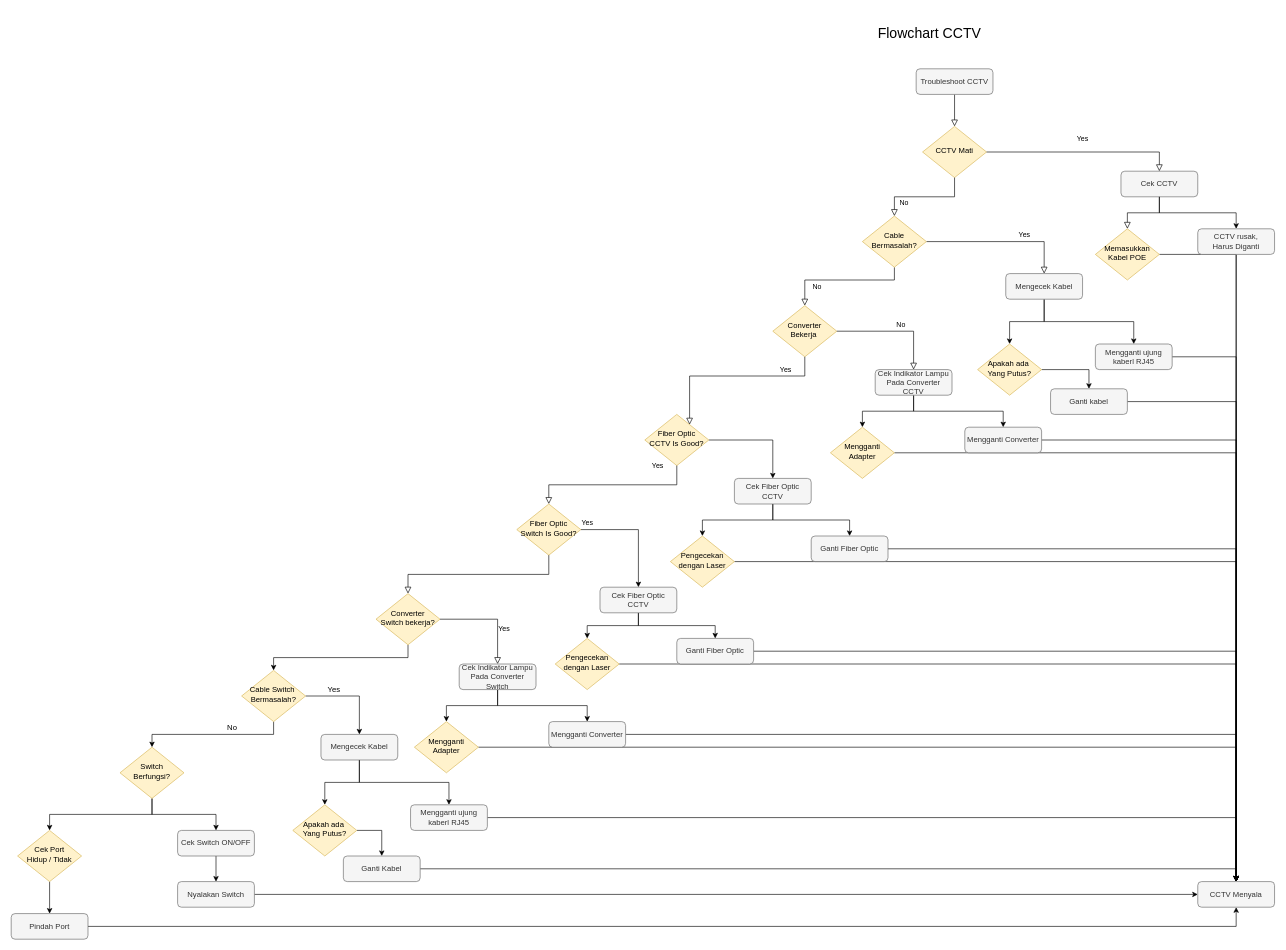
The draw.io diagram Untitled Diagram.drawio in ivietwill/ujian, before the edit. Source tidied: cells renumbered, new cells numbered last; positions are measured from the earlier drawing's top-left corner, leaving out a move shared by most shapes. Both pictures are drawn from the tidied source at 64%, with x=0, y=0 at pixel (11, 11).
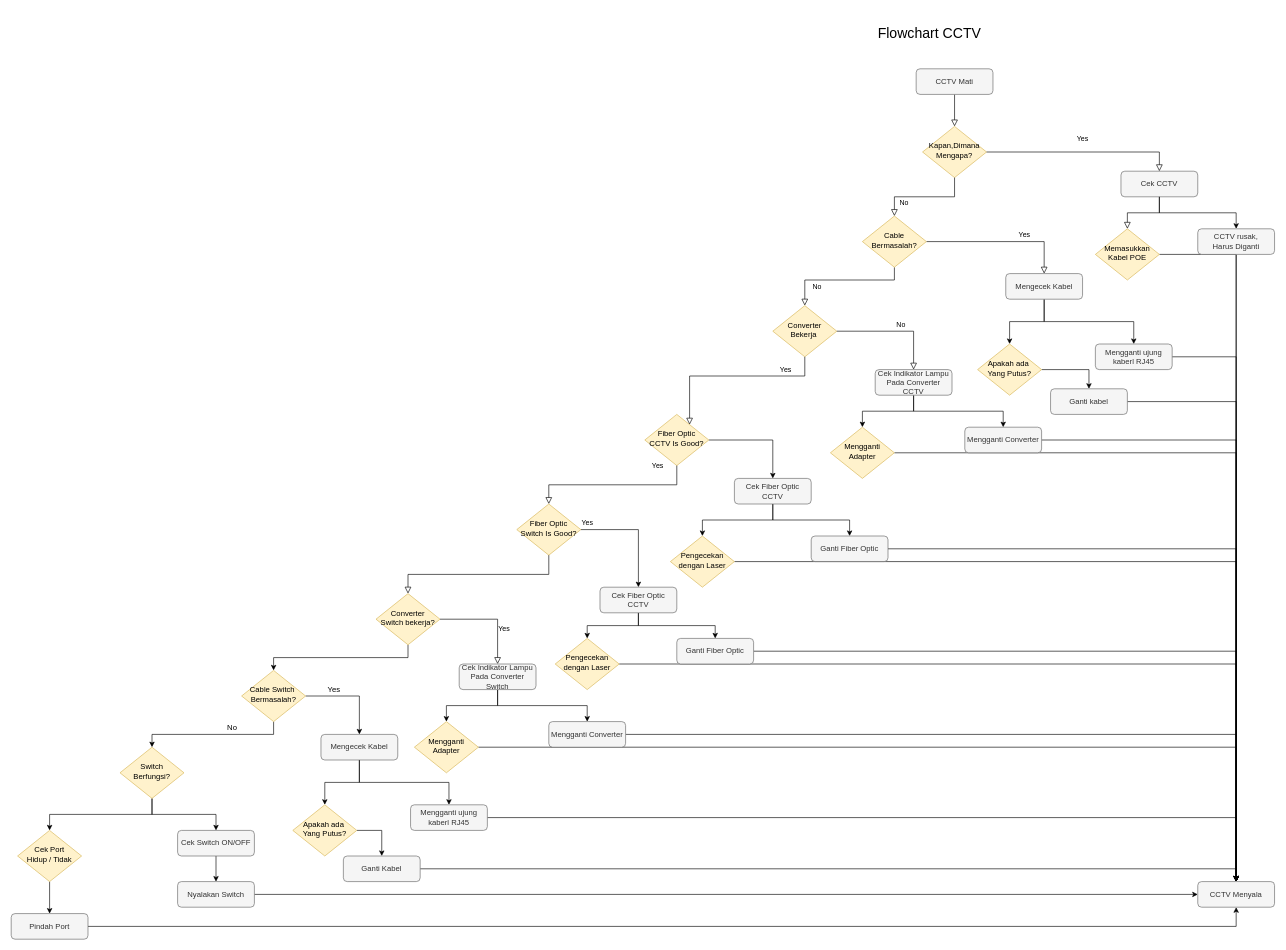
Above is the later version.

Diff of the diagram source:
```diff
@@
-    <mxCell id="3" value="Troubleshoot CCTV" style="rounded=1;whiteSpace=wrap;html=1;fontSize=12;glass=0;strokeWidth=1;shadow=0;fillColor=#f5f5f5;strokeColor=#666666;fontColor=#333333;" parent="1" vertex="1">
+    <mxCell id="3" value="CCTV Mati" style="rounded=1;whiteSpace=wrap;html=1;fontSize=12;glass=0;strokeWidth=1;shadow=0;fillColor=#f5f5f5;strokeColor=#666666;fontColor=#333333;" parent="1" vertex="1">
       <mxGeometry x="1414" y="90" width="120" height="40" as="geometry" />
     </mxCell>
-    <mxCell id="4" value="CCTV Mati" style="rhombus;whiteSpace=wrap;html=1;shadow=0;fontFamily=Helvetica;fontSize=12;align=center;strokeWidth=1;spacing=6;spacingTop=-4;fillColor=#fff2cc;strokeColor=#d6b656;" parent="1" vertex="1">
+    <mxCell id="4" value="Kapan,Dimana&lt;br&gt;Mengapa?" style="rhombus;whiteSpace=wrap;html=1;shadow=0;fontFamily=Helvetica;fontSize=12;align=center;strokeWidth=1;spacing=6;spacingTop=-4;fillColor=#fff2cc;strokeColor=#d6b656;" parent="1" vertex="1">
       <mxGeometry x="1424" y="180" width="100" height="80" as="geometry" />
     </mxCell>
```
